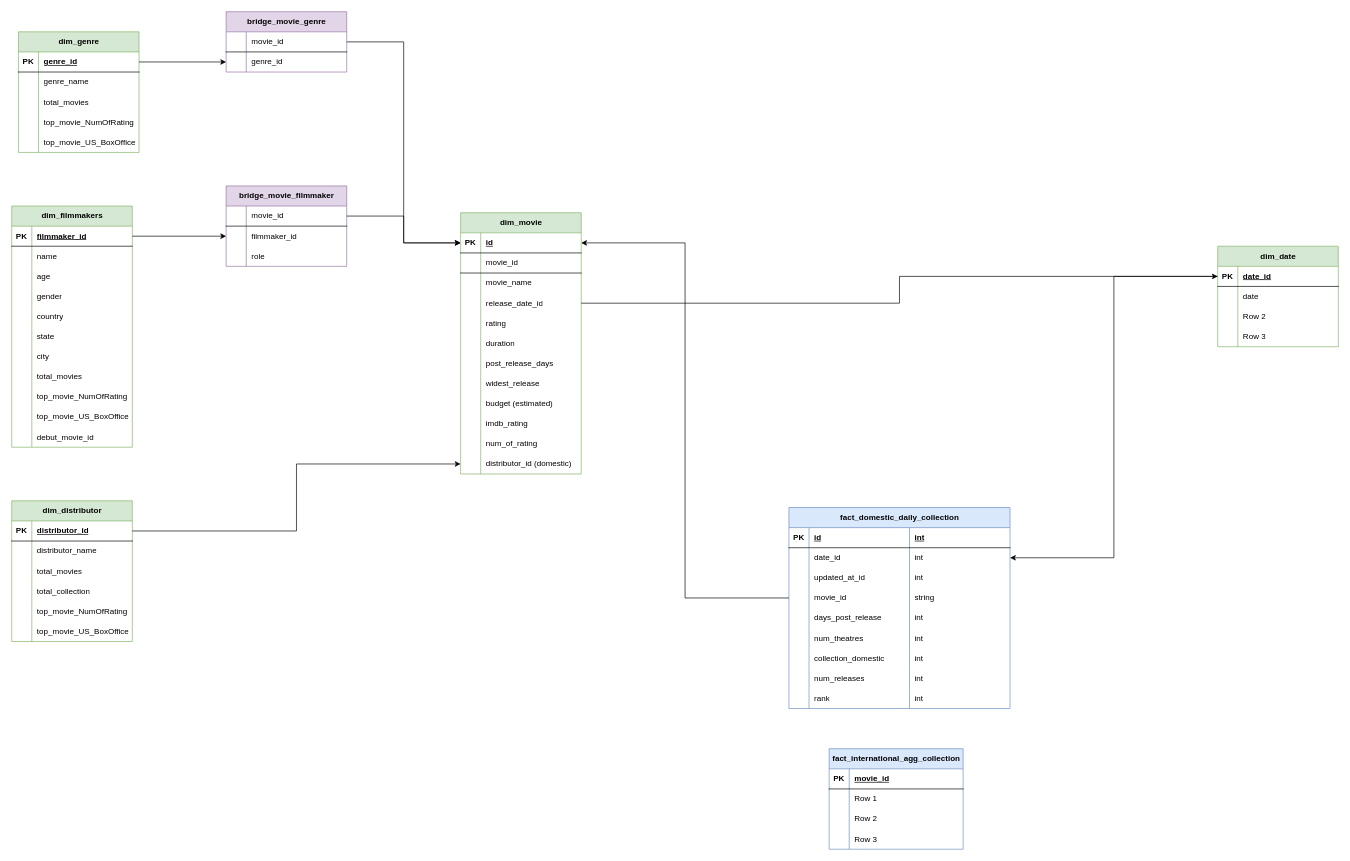
Jayesh1024/movie_data_pipeline keeps this draw.io diagram as dimensional_model.drawio. Above is the earlier version. Source tidied: cells renumbered, new cells numbered last; positions are measured from the earlier drawing's top-left corner, leaving out a move shared by most shapes. Both pictures are drawn from the tidied source at 67%, with x=0, y=0 at pixel (11, 11).
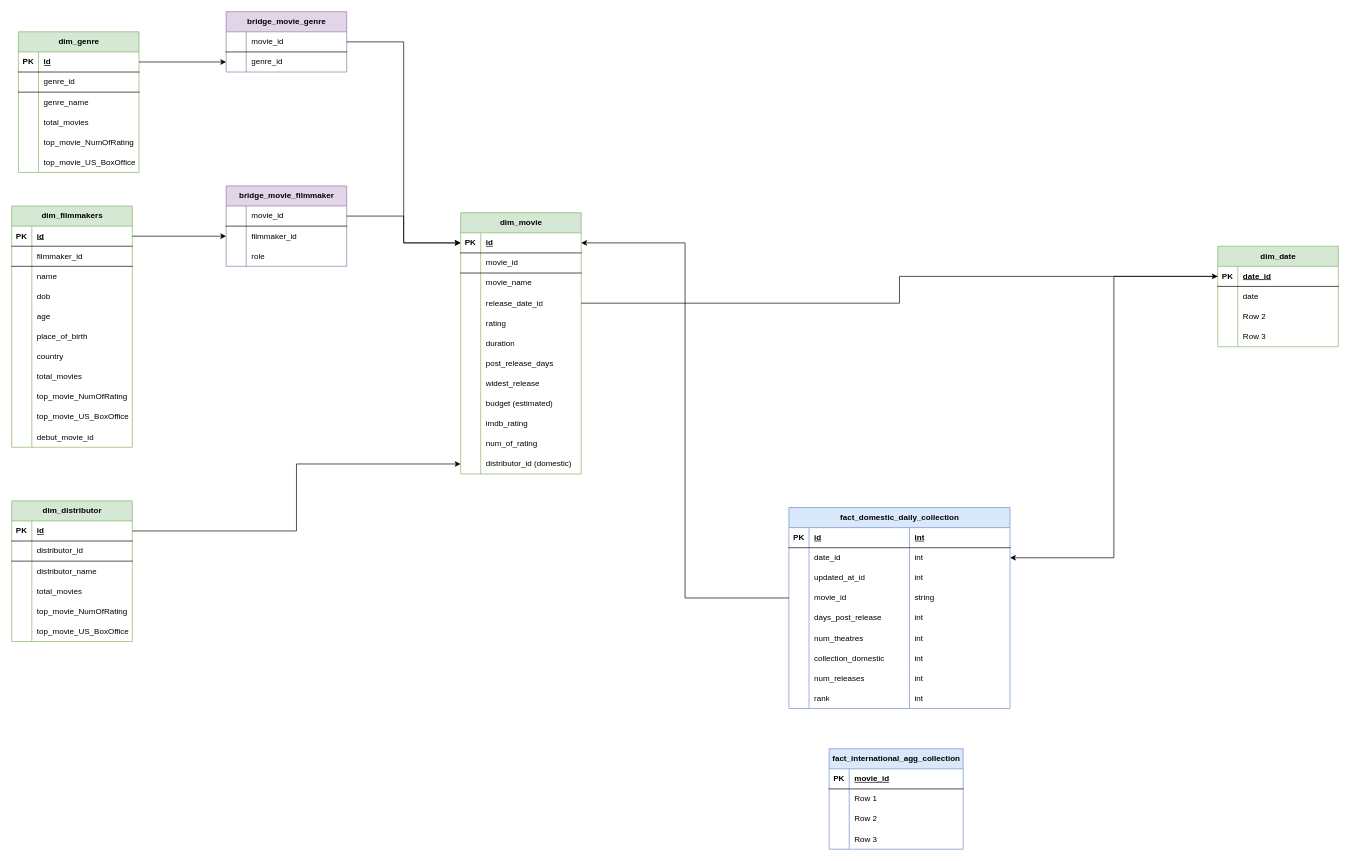
After the change.

Unchanged cells that the change refers to:
```xml
<mxCell id="111" style="shape=tableRow;horizontal=0;startSize=0;swimlaneHead=0;swimlaneBody=0;fillColor=none;points=[[0,0.5],[1,0.5]];portConstraint=eastwest;top=0;left=0;right=0;bottom=1;" parent="110" vertex="1">
  <mxGeometry y="30" width="180" height="30" as="geometry" />
</mxCell>
<mxCell id="127" value="dim_distributor" style="shape=table;startSize=30;childLayout=tableLayout;rowLines=0;fontStyle=1;align=center;html=1;fillColor=#d5e8d4;strokeColor=#82b366;" parent="1" vertex="1">
  <mxGeometry y="730" width="180" height="210" as="geometry" />
</mxCell>
<mxCell id="128" style="shape=tableRow;horizontal=0;startSize=0;swimlaneHead=0;swimlaneBody=0;fillColor=none;points=[[0,0.5],[1,0.5]];portConstraint=eastwest;top=0;left=0;right=0;bottom=1;" parent="127" vertex="1">
  <mxGeometry y="30" width="180" height="30" as="geometry" />
</mxCell>
<mxCell id="146" value="dim_filmmakers" style="shape=table;startSize=30;childLayout=tableLayout;rowLines=0;fontStyle=1;align=center;html=1;fillColor=#d5e8d4;strokeColor=#82b366;" parent="1" vertex="1">
  <mxGeometry y="290" width="180" height="360" as="geometry" />
</mxCell>
<mxCell id="147" style="shape=tableRow;horizontal=0;startSize=0;swimlaneHead=0;swimlaneBody=0;fillColor=none;points=[[0,0.5],[1,0.5]];portConstraint=eastwest;top=0;left=0;right=0;bottom=1;" parent="146" vertex="1">
  <mxGeometry y="30" width="180" height="30" as="geometry" />
</mxCell>
```

The edit, as a diff of the source:
```diff
@@
     <mxCell id="110" value="dim_genre" style="shape=table;startSize=30;childLayout=tableLayout;rowLines=0;fontStyle=1;align=center;html=1;fillColor=#d5e8d4;strokeColor=#82b366;" parent="1" vertex="1">
-      <mxGeometry x="10" y="30" width="180" height="180" as="geometry" />
+      <mxGeometry x="10" y="30" width="180" height="210" as="geometry" />
     </mxCell>
@@
-    <mxCell id="113" value="genre_id" style="shape=partialRectangle;fillColor=none;top=0;left=0;bottom=0;right=0;align=left;spacingLeft=6;fontStyle=5;overflow=hidden;whiteSpace=wrap;html=1;" parent="111" vertex="1">
+    <mxCell id="113" value="id" style="shape=partialRectangle;fillColor=none;top=0;left=0;bottom=0;right=0;align=left;spacingLeft=6;fontStyle=5;overflow=hidden;whiteSpace=wrap;html=1;" parent="111" vertex="1">
       <mxGeometry x="30" width="150" height="30" as="geometry" />
     </mxCell>
+    <mxCell id="196" style="shape=tableRow;horizontal=0;startSize=0;swimlaneHead=0;swimlaneBody=0;fillColor=none;top=0;left=0;right=0;bottom=1;" parent="110" vertex="1">
+      <mxGeometry y="60" width="180" height="30" as="geometry" />
+    </mxCell>
+    <mxCell id="197" style="shape=partialRectangle;fillColor=none;top=0;left=0;bottom=0;right=0;fontStyle=1;overflow=hidden;whiteSpace=wrap;html=1;" parent="196" vertex="1">
+      <mxGeometry width="30" height="30" as="geometry" />
+    </mxCell>
+    <mxCell id="198" value="&lt;span style=&quot;color: rgb(0, 0, 0); font-family: Helvetica; font-size: 12px; font-style: normal; font-variant-ligatures: normal; font-variant-caps: normal; letter-spacing: normal; orphans: 2; text-align: left; text-indent: 0px; text-transform: none; widows: 2; word-spacing: 0px; -webkit-text-stroke-width: 0px; white-space: normal; background-color: rgb(255, 255, 255); float: none; display: inline !important;&quot;&gt;genre_id&lt;/span&gt;" style="shape=partialRectangle;fillColor=none;top=0;left=0;bottom=0;right=0;align=left;spacingLeft=6;fontStyle=0;overflow=hidden;whiteSpace=wrap;html=1;" parent="196" vertex="1">
+      <mxGeometry x="30" width="150" height="30" as="geometry" />
+    </mxCell>
     <mxCell id="114" style="shape=tableRow;horizontal=0;startSize=0;swimlaneHead=0;swimlaneBody=0;fillColor=none;top=0;left=0;right=0;bottom=0;" parent="110" vertex="1">
-      <mxGeometry y="60" width="180" height="30" as="geometry" />
+      <mxGeometry y="90" width="180" height="30" as="geometry" />
     </mxCell>
@@
     <mxCell id="117" style="shape=tableRow;horizontal=0;startSize=0;swimlaneHead=0;swimlaneBody=0;fillColor=none;top=0;left=0;right=0;bottom=0;" parent="110" vertex="1">
-      <mxGeometry y="90" width="180" height="30" as="geometry" />
+      <mxGeometry y="120" width="180" height="30" as="geometry" />
     </mxCell>
@@
     <mxCell id="120" style="shape=tableRow;horizontal=0;startSize=0;swimlaneHead=0;swimlaneBody=0;fillColor=none;top=0;left=0;right=0;bottom=0;" parent="110" vertex="1">
-      <mxGeometry y="120" width="180" height="30" as="geometry" />
+      <mxGeometry y="150" width="180" height="30" as="geometry" />
     </mxCell>
@@
     <mxCell id="123" style="shape=tableRow;horizontal=0;startSize=0;swimlaneHead=0;swimlaneBody=0;fillColor=none;top=0;left=0;right=0;bottom=0;" parent="110" vertex="1">
-      <mxGeometry y="150" width="180" height="30" as="geometry" />
+      <mxGeometry y="180" width="180" height="30" as="geometry" />
     </mxCell>
@@
-    <mxCell id="130" value="distributor_id" style="shape=partialRectangle;fillColor=none;top=0;left=0;bottom=0;right=0;align=left;spacingLeft=6;fontStyle=5;overflow=hidden;whiteSpace=wrap;html=1;" parent="128" vertex="1">
+    <mxCell id="130" value="id" style="shape=partialRectangle;fillColor=none;top=0;left=0;bottom=0;right=0;align=left;spacingLeft=6;fontStyle=5;overflow=hidden;whiteSpace=wrap;html=1;" parent="128" vertex="1">
       <mxGeometry x="30" width="150" height="30" as="geometry" />
     </mxCell>
+    <mxCell id="199" style="shape=tableRow;horizontal=0;startSize=0;swimlaneHead=0;swimlaneBody=0;fillColor=none;top=0;left=0;right=0;bottom=1;" parent="127" vertex="1">
+      <mxGeometry y="60" width="180" height="30" as="geometry" />
+    </mxCell>
+    <mxCell id="200" style="shape=partialRectangle;fillColor=none;top=0;left=0;bottom=0;right=0;fontStyle=1;overflow=hidden;whiteSpace=wrap;html=1;" parent="199" vertex="1">
+      <mxGeometry width="30" height="30" as="geometry" />
+    </mxCell>
+    <mxCell id="201" value="&lt;span style=&quot;font-weight: normal;&quot;&gt;distributor_id&lt;/span&gt;" style="shape=partialRectangle;fillColor=none;top=0;left=0;bottom=0;right=0;align=left;spacingLeft=6;fontStyle=1;overflow=hidden;whiteSpace=wrap;html=1;" parent="199" vertex="1">
+      <mxGeometry x="30" width="150" height="30" as="geometry" />
+    </mxCell>
     <mxCell id="131" style="shape=tableRow;horizontal=0;startSize=0;swimlaneHead=0;swimlaneBody=0;fillColor=none;top=0;left=0;right=0;bottom=0;" parent="127" vertex="1">
-      <mxGeometry y="60" width="180" height="30" as="geometry" />
+      <mxGeometry y="90" width="180" height="30" as="geometry" />
     </mxCell>
@@
     <mxCell id="134" style="shape=tableRow;horizontal=0;startSize=0;swimlaneHead=0;swimlaneBody=0;fillColor=none;top=0;left=0;right=0;bottom=0;" parent="127" vertex="1">
-      <mxGeometry y="90" width="180" height="30" as="geometry" />
+      <mxGeometry y="120" width="180" height="30" as="geometry" />
     </mxCell>
@@
-    <mxCell id="137" style="shape=tableRow;horizontal=0;startSize=0;swimlaneHead=0;swimlaneBody=0;fillColor=none;top=0;left=0;right=0;bottom=0;" parent="127" vertex="1">
-      <mxGeometry y="120" width="180" height="30" as="geometry" />
-    </mxCell>
-    <mxCell id="138" style="shape=partialRectangle;fillColor=none;top=0;left=0;bottom=0;right=0;overflow=hidden;whiteSpace=wrap;html=1;" parent="137" vertex="1">
-      <mxGeometry width="30" height="30" as="geometry" />
-    </mxCell>
-    <mxCell id="139" value="total_collection" style="shape=partialRectangle;fillColor=none;top=0;left=0;bottom=0;right=0;align=left;spacingLeft=6;overflow=hidden;whiteSpace=wrap;html=1;" parent="137" vertex="1">
-      <mxGeometry x="30" width="150" height="30" as="geometry" />
-    </mxCell>
@@
-    <mxCell id="149" value="filmmaker_id" style="shape=partialRectangle;fillColor=none;top=0;left=0;bottom=0;right=0;align=left;spacingLeft=6;fontStyle=5;overflow=hidden;whiteSpace=wrap;html=1;" parent="147" vertex="1">
+    <mxCell id="149" value="id" style="shape=partialRectangle;fillColor=none;top=0;left=0;bottom=0;right=0;align=left;spacingLeft=6;fontStyle=5;overflow=hidden;whiteSpace=wrap;html=1;" parent="147" vertex="1">
       <mxGeometry x="30" width="150" height="30" as="geometry" />
     </mxCell>
+    <mxCell id="202" style="shape=tableRow;horizontal=0;startSize=0;swimlaneHead=0;swimlaneBody=0;fillColor=none;top=0;left=0;right=0;bottom=1;" parent="146" vertex="1">
+      <mxGeometry y="60" width="180" height="30" as="geometry" />
+    </mxCell>
+    <mxCell id="203" style="shape=partialRectangle;fillColor=none;top=0;left=0;bottom=0;right=0;fontStyle=1;overflow=hidden;whiteSpace=wrap;html=1;" parent="202" vertex="1">
+      <mxGeometry width="30" height="30" as="geometry" />
+    </mxCell>
+    <mxCell id="204" value="&lt;span style=&quot;color: rgb(0, 0, 0); font-family: Helvetica; font-size: 12px; font-style: normal; font-variant-ligatures: normal; font-variant-caps: normal; letter-spacing: normal; orphans: 2; text-align: left; text-indent: 0px; text-transform: none; widows: 2; word-spacing: 0px; -webkit-text-stroke-width: 0px; white-space: normal; background-color: rgb(255, 255, 255); float: none; display: inline !important;&quot;&gt;filmmaker_id&lt;/span&gt;" style="shape=partialRectangle;fillColor=none;top=0;left=0;bottom=0;right=0;align=left;spacingLeft=6;fontStyle=0;overflow=hidden;whiteSpace=wrap;html=1;" parent="202" vertex="1">
+      <mxGeometry x="30" width="150" height="30" as="geometry" />
+    </mxCell>
     <mxCell id="150" style="shape=tableRow;horizontal=0;startSize=0;swimlaneHead=0;swimlaneBody=0;fillColor=none;top=0;left=0;right=0;bottom=0;" parent="146" vertex="1">
-      <mxGeometry y="60" width="180" height="30" as="geometry" />
+      <mxGeometry y="90" width="180" height="30" as="geometry" />
     </mxCell>
@@
+    <mxCell id="205" style="shape=tableRow;horizontal=0;startSize=0;swimlaneHead=0;swimlaneBody=0;fillColor=none;top=0;left=0;right=0;bottom=0;" parent="146" vertex="1">
+      <mxGeometry y="120" width="180" height="30" as="geometry" />
+    </mxCell>
+    <mxCell id="206" style="shape=partialRectangle;fillColor=none;top=0;left=0;bottom=0;right=0;overflow=hidden;whiteSpace=wrap;html=1;" parent="205" vertex="1">
+      <mxGeometry width="30" height="30" as="geometry" />
+    </mxCell>
+    <mxCell id="207" value="dob" style="shape=partialRectangle;fillColor=none;top=0;left=0;bottom=0;right=0;align=left;spacingLeft=6;overflow=hidden;whiteSpace=wrap;html=1;" parent="205" vertex="1">
+      <mxGeometry x="30" width="150" height="30" as="geometry" />
+    </mxCell>
     <mxCell id="153" style="shape=tableRow;horizontal=0;startSize=0;swimlaneHead=0;swimlaneBody=0;fillColor=none;top=0;left=0;right=0;bottom=0;" parent="146" vertex="1">
-      <mxGeometry y="90" width="180" height="30" as="geometry" />
+      <mxGeometry y="150" width="180" height="30" as="geometry" />
     </mxCell>
@@
-    <mxCell id="156" style="shape=tableRow;horizontal=0;startSize=0;swimlaneHead=0;swimlaneBody=0;fillColor=none;top=0;left=0;right=0;bottom=0;" parent="146" vertex="1">
-      <mxGeometry y="120" width="180" height="30" as="geometry" />
-    </mxCell>
-    <mxCell id="157" style="shape=partialRectangle;fillColor=none;top=0;left=0;bottom=0;right=0;overflow=hidden;whiteSpace=wrap;html=1;" parent="156" vertex="1">
-      <mxGeometry width="30" height="30" as="geometry" />
-    </mxCell>
-    <mxCell id="158" value="gender" style="shape=partialRectangle;fillColor=none;top=0;left=0;bottom=0;right=0;align=left;spacingLeft=6;overflow=hidden;whiteSpace=wrap;html=1;" parent="156" vertex="1">
-      <mxGeometry x="30" width="150" height="30" as="geometry" />
-    </mxCell>
+    <mxCell id="162" style="shape=tableRow;horizontal=0;startSize=0;swimlaneHead=0;swimlaneBody=0;fillColor=none;top=0;left=0;right=0;bottom=0;" parent="146" vertex="1">
+      <mxGeometry y="180" width="180" height="30" as="geometry" />
+    </mxCell>
+    <mxCell id="208" style="shape=partialRectangle;fillColor=none;top=0;left=0;bottom=0;right=0;overflow=hidden;whiteSpace=wrap;html=1;" parent="162" vertex="1">
+      <mxGeometry width="30" height="30" as="geometry" />
+    </mxCell>
+    <mxCell id="209" value="place_of_birth" style="shape=partialRectangle;fillColor=none;top=0;left=0;bottom=0;right=0;align=left;spacingLeft=6;overflow=hidden;whiteSpace=wrap;html=1;" parent="162" vertex="1">
+      <mxGeometry x="30" width="150" height="30" as="geometry" />
+    </mxCell>
     <mxCell id="159" style="shape=tableRow;horizontal=0;startSize=0;swimlaneHead=0;swimlaneBody=0;fillColor=none;top=0;left=0;right=0;bottom=0;" parent="146" vertex="1">
-      <mxGeometry y="150" width="180" height="30" as="geometry" />
+      <mxGeometry y="210" width="180" height="30" as="geometry" />
     </mxCell>
@@
-    <mxCell id="162" style="shape=tableRow;horizontal=0;startSize=0;swimlaneHead=0;swimlaneBody=0;fillColor=none;top=0;left=0;right=0;bottom=0;" parent="146" vertex="1">
-      <mxGeometry y="180" width="180" height="30" as="geometry" />
-    </mxCell>
-    <mxCell id="163" style="shape=partialRectangle;fillColor=none;top=0;left=0;bottom=0;right=0;overflow=hidden;whiteSpace=wrap;html=1;" parent="162" vertex="1">
-      <mxGeometry width="30" height="30" as="geometry" />
-    </mxCell>
-    <mxCell id="164" value="state" style="shape=partialRectangle;fillColor=none;top=0;left=0;bottom=0;right=0;align=left;spacingLeft=6;overflow=hidden;whiteSpace=wrap;html=1;" parent="162" vertex="1">
-      <mxGeometry x="30" width="150" height="30" as="geometry" />
-    </mxCell>
-    <mxCell id="165" style="shape=tableRow;horizontal=0;startSize=0;swimlaneHead=0;swimlaneBody=0;fillColor=none;top=0;left=0;right=0;bottom=0;" parent="146" vertex="1">
-      <mxGeometry y="210" width="180" height="30" as="geometry" />
-    </mxCell>
-    <mxCell id="166" style="shape=partialRectangle;fillColor=none;top=0;left=0;bottom=0;right=0;overflow=hidden;whiteSpace=wrap;html=1;" parent="165" vertex="1">
-      <mxGeometry width="30" height="30" as="geometry" />
-    </mxCell>
-    <mxCell id="167" value="city" style="shape=partialRectangle;fillColor=none;top=0;left=0;bottom=0;right=0;align=left;spacingLeft=6;overflow=hidden;whiteSpace=wrap;html=1;" parent="165" vertex="1">
-      <mxGeometry x="30" width="150" height="30" as="geometry" />
-    </mxCell>
```
